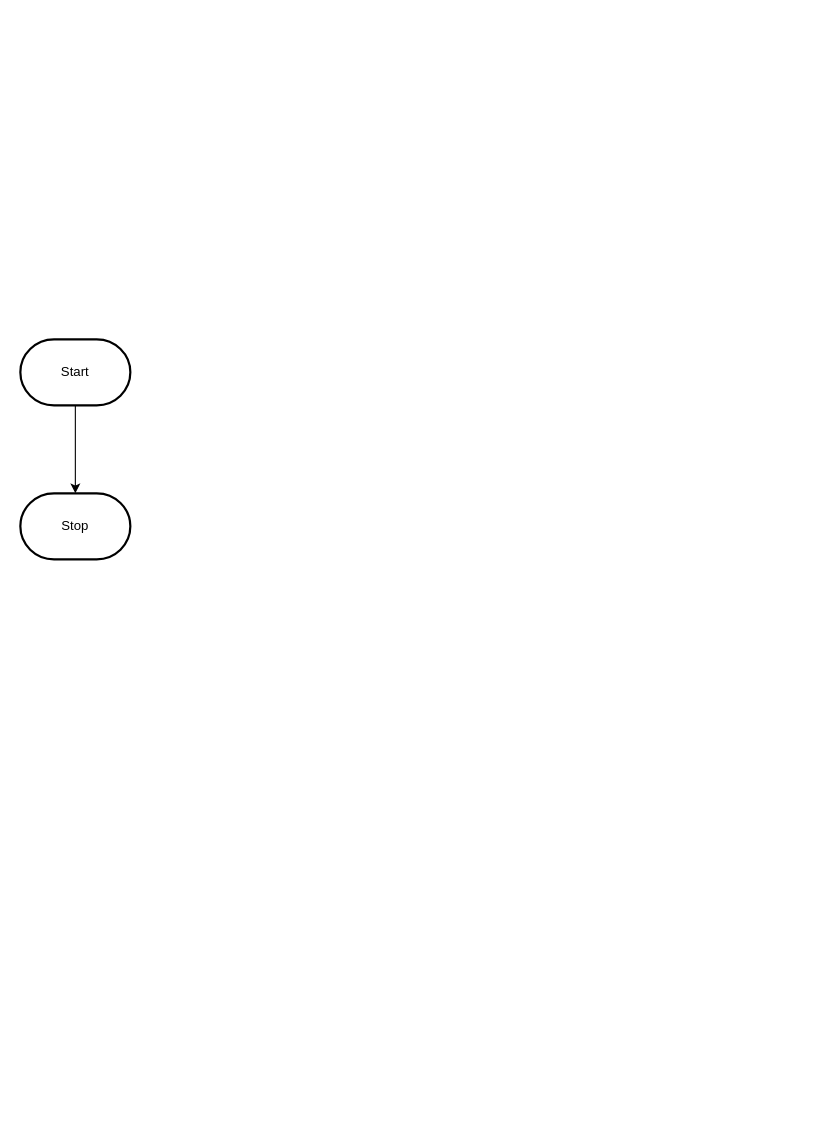
This is design/flowchart.drawio from MTHS-ICS2O-2-2022/ICS2O-Assignment-04-Mariam-Kasim, a draw.io file, before an edit. Source tidied: cells renumbered, new cells numbered last; positions are measured from the earlier drawing's top-left corner, leaving out a move shared by most shapes. Both pictures are drawn from the tidied source at 110%, with x=0, y=0 at pixel (20, 339).
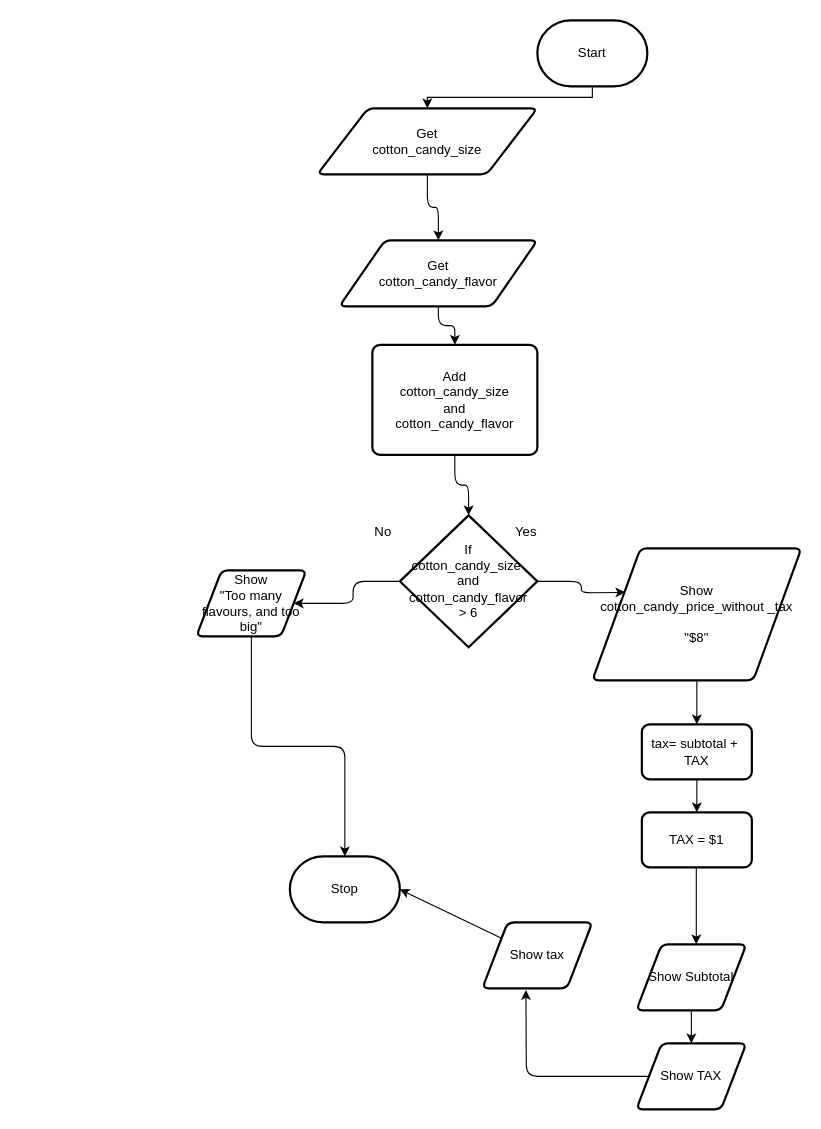
Above is the later version.

What changed in the source:
```diff
@@
-    <mxCell id="2" style="edgeStyle=orthogonalEdgeStyle;html=1;rounded=0;" parent="1" edge="1" source="3" target="4">
+    <mxCell id="2" style="edgeStyle=orthogonalEdgeStyle;html=1;rounded=0;" parent="1" edge="1" source="3" target="6">
       <mxGeometry relative="1" as="geometry" />
     </mxCell>
     <mxCell id="3" value="Start" style="strokeWidth=2;html=1;shape=mxgraph.flowchart.terminator;whiteSpace=wrap;" parent="1" vertex="1">
-      <mxGeometry width="100" height="60" as="geometry" />
+      <mxGeometry x="470" y="-290" width="100" height="60" as="geometry" />
     </mxCell>
     <mxCell id="4" value="Stop" style="strokeWidth=2;html=1;shape=mxgraph.flowchart.terminator;whiteSpace=wrap;" parent="1" vertex="1">
-      <mxGeometry y="140" width="100" height="60" as="geometry" />
+      <mxGeometry x="245" y="470" width="100" height="60" as="geometry" />
     </mxCell>
+    <mxCell id="5" style="edgeStyle=orthogonalEdgeStyle;html=1;" parent="1" edge="1" source="6" target="8">
+      <mxGeometry relative="1" as="geometry" />
+    </mxCell>
+    <mxCell id="6" value="Get &lt;br&gt;cotton_candy_size" style="shape=parallelogram;html=1;strokeWidth=2;perimeter=parallelogramPerimeter;whiteSpace=wrap;rounded=1;arcSize=12;size=0.23;" parent="1" vertex="1">
+      <mxGeometry x="270" y="-210" width="200" height="60" as="geometry" />
+    </mxCell>
+    <mxCell id="7" style="edgeStyle=orthogonalEdgeStyle;html=1;" parent="1" edge="1" source="8" target="19">
+      <mxGeometry relative="1" as="geometry" />
+    </mxCell>
+    <mxCell id="8" value="Get&lt;br&gt;cotton_candy_flavor" style="shape=parallelogram;html=1;strokeWidth=2;perimeter=parallelogramPerimeter;whiteSpace=wrap;rounded=1;arcSize=12;size=0.23;" parent="1" vertex="1">
+      <mxGeometry x="290" y="-90" width="180" height="60" as="geometry" />
+    </mxCell>
+    <mxCell id="9" style="edgeStyle=orthogonalEdgeStyle;html=1;" parent="1" edge="1" source="11">
+      <mxGeometry relative="1" as="geometry">
+        <mxPoint x="550" y="230" as="targetPoint" />
+      </mxGeometry>
+    </mxCell>
+    <mxCell id="10" style="edgeStyle=orthogonalEdgeStyle;html=1;" parent="1" edge="1" source="11" target="21">
+      <mxGeometry relative="1" as="geometry" />
+    </mxCell>
+    <mxCell id="11" value="If&lt;br&gt;cotton_candy_size&amp;nbsp;&lt;br&gt;and&lt;br&gt;cotton_candy_flavor&lt;br&gt;&amp;gt; 6" style="strokeWidth=2;html=1;shape=mxgraph.flowchart.decision;whiteSpace=wrap;" parent="1" vertex="1">
+      <mxGeometry x="345" y="160" width="125" height="120" as="geometry" />
+    </mxCell>
+    <mxCell id="12" value="Yes" style="text;strokeColor=none;align=center;fillColor=none;html=1;verticalAlign=middle;whiteSpace=wrap;rounded=0;" parent="1" vertex="1">
+      <mxGeometry x="430" y="160" width="60" height="30" as="geometry" />
+    </mxCell>
+    <mxCell id="13" value="No" style="text;strokeColor=none;align=center;fillColor=none;html=1;verticalAlign=middle;whiteSpace=wrap;rounded=0;" parent="1" vertex="1">
+      <mxGeometry x="300" y="160" width="60" height="30" as="geometry" />
+    </mxCell>
+    <mxCell id="14" style="edgeStyle=orthogonalEdgeStyle;html=1;" parent="1" edge="1" source="15" target="23">
+      <mxGeometry relative="1" as="geometry" />
+    </mxCell>
+    <mxCell id="15" value="Show&lt;br&gt;cotton_candy_price_without _tax&lt;br&gt;&lt;br&gt;&quot;$8&quot;&lt;br&gt;" style="shape=parallelogram;html=1;strokeWidth=2;perimeter=parallelogramPerimeter;whiteSpace=wrap;rounded=1;arcSize=12;size=0.23;" parent="1" vertex="1">
+      <mxGeometry x="520" y="190" width="190" height="120" as="geometry" />
+    </mxCell>
+    <mxCell id="16" style="edgeStyle=none;html=1;entryX=1;entryY=0.5;entryDx=0;entryDy=0;entryPerimeter=0;" parent="1" edge="1" source="17" target="4">
+      <mxGeometry relative="1" as="geometry" />
+    </mxCell>
+    <mxCell id="17" value="Show tax" style="shape=parallelogram;html=1;strokeWidth=2;perimeter=parallelogramPerimeter;whiteSpace=wrap;rounded=1;arcSize=12;size=0.23;" parent="1" vertex="1">
+      <mxGeometry x="420" y="530" width="100" height="60" as="geometry" />
+    </mxCell>
+    <mxCell id="18" style="edgeStyle=orthogonalEdgeStyle;html=1;entryX=0.5;entryY=0;entryDx=0;entryDy=0;entryPerimeter=0;" parent="1" edge="1" source="19" target="11">
+      <mxGeometry relative="1" as="geometry" />
+    </mxCell>
+    <mxCell id="19" value="Add&lt;br&gt;cotton_candy_size&lt;br&gt;and&lt;br&gt;cotton_candy_flavor" style="rounded=1;whiteSpace=wrap;html=1;absoluteArcSize=1;arcSize=14;strokeWidth=2;" parent="1" vertex="1">
+      <mxGeometry x="320" y="5" width="150" height="100" as="geometry" />
+    </mxCell>
+    <mxCell id="20" style="edgeStyle=orthogonalEdgeStyle;html=1;entryX=0.5;entryY=0;entryDx=0;entryDy=0;entryPerimeter=0;" parent="1" edge="1" source="21" target="4">
+      <mxGeometry relative="1" as="geometry" />
+    </mxCell>
+    <mxCell id="21" value="Show&lt;br&gt;&quot;Too many flavours, and too big&quot;" style="shape=parallelogram;html=1;strokeWidth=2;perimeter=parallelogramPerimeter;whiteSpace=wrap;rounded=1;arcSize=12;size=0.23;" parent="1" vertex="1">
+      <mxGeometry x="160" y="210" width="100" height="60" as="geometry" />
+    </mxCell>
+    <mxCell id="22" style="edgeStyle=orthogonalEdgeStyle;html=1;" parent="1" edge="1" source="23">
+      <mxGeometry relative="1" as="geometry">
+        <mxPoint x="615" y="430" as="targetPoint" />
+      </mxGeometry>
+    </mxCell>
+    <mxCell id="23" value="tax= subtotal +&amp;nbsp; TAX" style="rounded=1;whiteSpace=wrap;html=1;absoluteArcSize=1;arcSize=14;strokeWidth=2;" parent="1" vertex="1">
+      <mxGeometry x="565" y="350" width="100" height="50" as="geometry" />
+    </mxCell>
+    <mxCell id="24" style="edgeStyle=none;html=1;" parent="1" edge="1">
+      <mxGeometry relative="1" as="geometry">
+        <mxPoint x="614.5" y="480" as="sourcePoint" />
+        <mxPoint x="614.5" y="550" as="targetPoint" />
+      </mxGeometry>
+    </mxCell>
+    <mxCell id="25" value="TAX = $1" style="rounded=1;whiteSpace=wrap;html=1;absoluteArcSize=1;arcSize=14;strokeWidth=2;" parent="1" vertex="1">
+      <mxGeometry x="565" y="430" width="100" height="50" as="geometry" />
+    </mxCell>
+    <mxCell id="26" style="edgeStyle=none;html=1;" parent="1" edge="1" source="27" target="29">
+      <mxGeometry relative="1" as="geometry" />
+    </mxCell>
+    <mxCell id="27" value="Show Subtotal" style="shape=parallelogram;html=1;strokeWidth=2;perimeter=parallelogramPerimeter;whiteSpace=wrap;rounded=1;arcSize=12;size=0.23;" parent="1" vertex="1">
+      <mxGeometry x="560" y="550" width="100" height="60" as="geometry" />
+    </mxCell>
+    <mxCell id="28" style="edgeStyle=none;html=1;entryX=0.396;entryY=1.025;entryDx=0;entryDy=0;entryPerimeter=0;" parent="1" edge="1" source="29" target="17">
+      <mxGeometry relative="1" as="geometry">
+        <Array as="points">
+          <mxPoint x="460" y="670" />
+        </Array>
+      </mxGeometry>
+    </mxCell>
+    <mxCell id="29" value="Show TAX" style="shape=parallelogram;html=1;strokeWidth=2;perimeter=parallelogramPerimeter;whiteSpace=wrap;rounded=1;arcSize=12;size=0.23;" parent="1" vertex="1">
+      <mxGeometry x="560" y="640" width="100" height="60" as="geometry" />
+    </mxCell>
```
